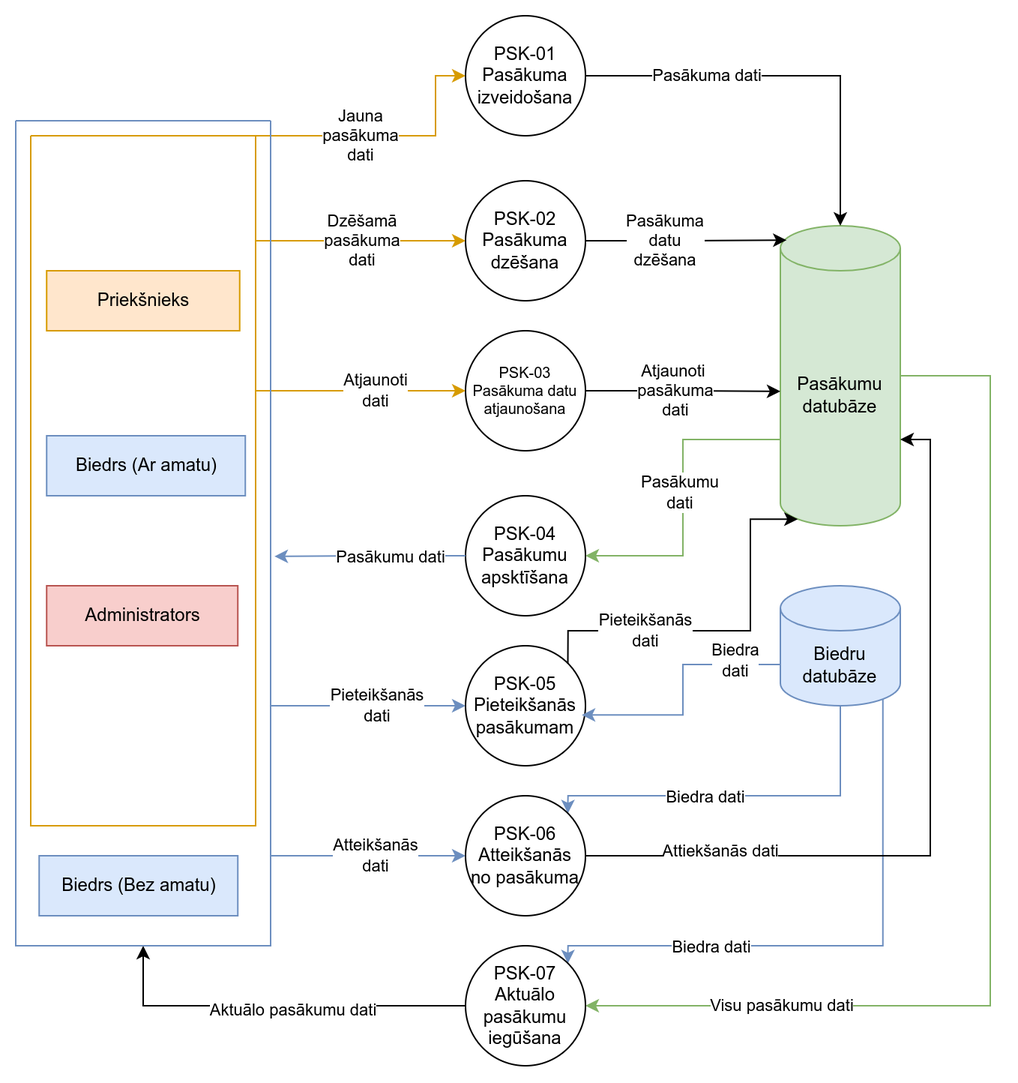
The draw.io diagram Documentation/2_limena_PSK_DPD.png in JekabsVanags/LSGCO_IS, before a commit. Source tidied: cells renumbered, new cells last; positions are measured from the earlier drawing's top-left corner, leaving out a move shared by most shapes.
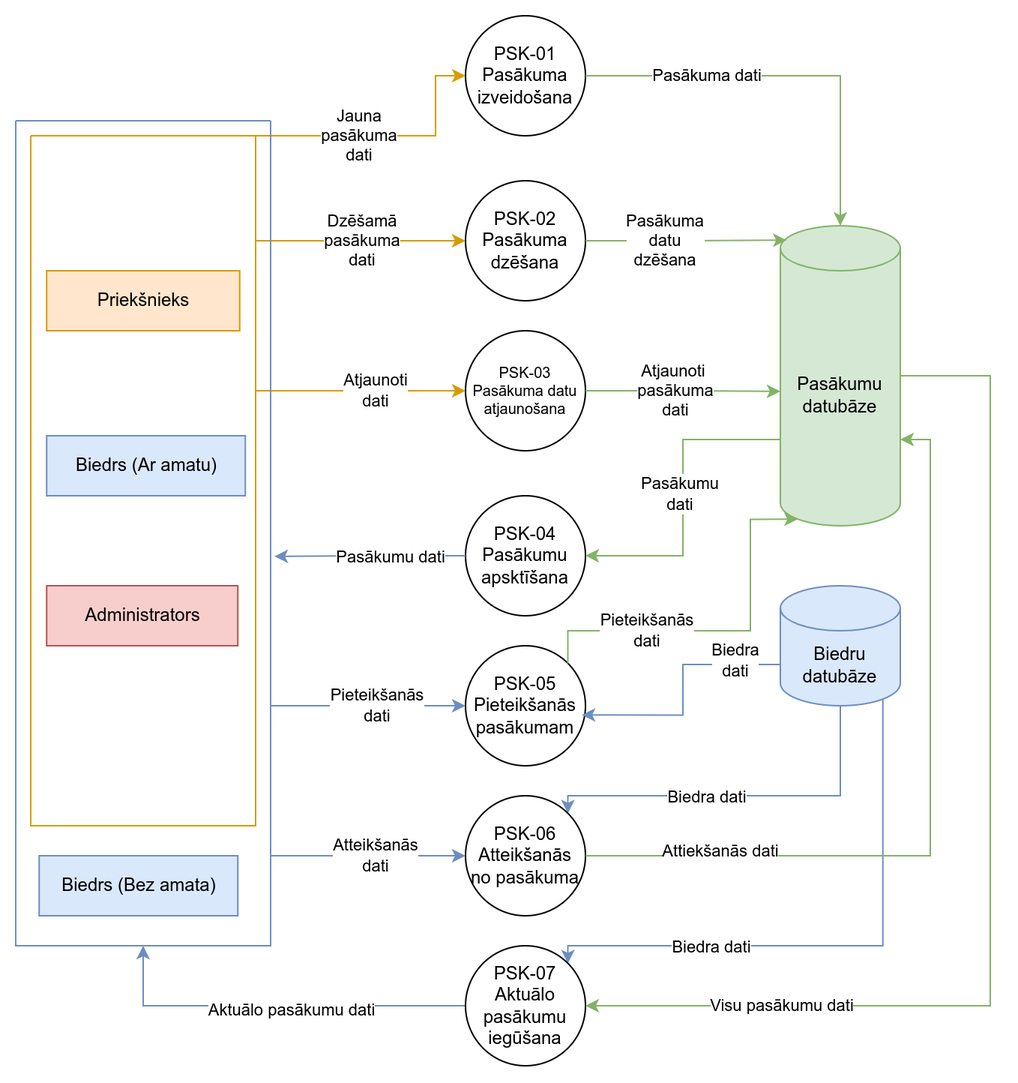
The same file after the commit.

Change to the diagram source:
```diff
@@ -67,7 +67,7 @@
     <mxCell id="17" value="PSK-06&lt;br&gt;Atteikšanās no pasākuma" style="ellipse;whiteSpace=wrap;html=1;" parent="1" vertex="1">
       <mxGeometry x="300" y="520" width="80" height="80" as="geometry" />
     </mxCell>
-    <mxCell id="18" style="edgeStyle=orthogonalEdgeStyle;rounded=0;jettySize=auto;html=1;exitX=0;exitY=0.5;exitDx=0;exitDy=0;entryX=0.5;entryY=1;entryDx=0;entryDy=0;" parent="1" edge="1" source="20" target="32">
+    <mxCell id="18" style="edgeStyle=orthogonalEdgeStyle;rounded=0;jettySize=auto;html=1;exitX=0;exitY=0.5;exitDx=0;exitDy=0;entryX=0.5;entryY=1;entryDx=0;entryDy=0;fillColor=#dae8fc;strokeColor=#6c8ebf;" parent="1" edge="1" source="20" target="32">
       <mxGeometry relative="1" as="geometry" />
     </mxCell>
     <mxCell id="19" value="Aktuālo pasākumu dati" style="edgeLabel;html=1;align=center;verticalAlign=middle;" parent="18" vertex="1">
@@ -150,13 +150,13 @@
     <mxCell id="34" value="Administrators" style="rounded=0;whiteSpace=wrap;html=1;fillColor=#f8cecc;strokeColor=#b85450;fontColor=#000000;" parent="32" vertex="1">
       <mxGeometry x="20.6" y="310" width="127.5" height="40" as="geometry" />
     </mxCell>
-    <mxCell id="35" value="Biedrs (Bez amatu)" style="rounded=0;whiteSpace=wrap;html=1;fillColor=#dae8fc;strokeColor=#6c8ebf;labelBackgroundColor=none;fontColor=#000000;" parent="32" vertex="1">
+    <mxCell id="35" value="Biedrs (Bez amata)" style="rounded=0;whiteSpace=wrap;html=1;fillColor=#dae8fc;strokeColor=#6c8ebf;labelBackgroundColor=none;fontColor=#000000;" parent="32" vertex="1">
       <mxGeometry x="15.6" y="490" width="132.5" height="40" as="geometry" />
     </mxCell>
     <mxCell id="36" value="Biedrs (Ar amatu)" style="rounded=0;whiteSpace=wrap;html=1;fillColor=#dae8fc;strokeColor=#6c8ebf;labelBackgroundColor=none;fontColor=#000000;" parent="32" vertex="1">
       <mxGeometry x="20.6" y="210" width="132.5" height="40" as="geometry" />
     </mxCell>
-    <mxCell id="37" style="edgeStyle=orthogonalEdgeStyle;rounded=0;jettySize=auto;html=1;exitX=1;exitY=0.5;exitDx=0;exitDy=0;entryX=0.5;entryY=0;entryDx=0;entryDy=0;entryPerimeter=0;" parent="1" edge="1" source="2" target="16">
+    <mxCell id="37" style="edgeStyle=orthogonalEdgeStyle;rounded=0;jettySize=auto;html=1;exitX=1;exitY=0.5;exitDx=0;exitDy=0;entryX=0.5;entryY=0;entryDx=0;entryDy=0;entryPerimeter=0;fillColor=#d5e8d4;strokeColor=#82b366;" parent="1" edge="1" source="2" target="16">
       <mxGeometry relative="1" as="geometry" />
     </mxCell>
     <mxCell id="38" value="Pasākuma dati" style="edgeLabel;html=1;align=center;verticalAlign=middle;" parent="37" vertex="1">
@@ -164,13 +164,13 @@
         <mxPoint x="13" y="-4" as="offset" />
       </mxGeometry>
     </mxCell>
-    <mxCell id="39" style="edgeStyle=orthogonalEdgeStyle;rounded=0;jettySize=auto;html=1;exitX=1;exitY=0.5;exitDx=0;exitDy=0;entryX=0.052;entryY=0.048;entryDx=0;entryDy=0;entryPerimeter=0;" parent="1" edge="1" source="3" target="16">
+    <mxCell id="39" style="edgeStyle=orthogonalEdgeStyle;rounded=0;jettySize=auto;html=1;exitX=1;exitY=0.5;exitDx=0;exitDy=0;entryX=0.052;entryY=0.048;entryDx=0;entryDy=0;entryPerimeter=0;fillColor=#d5e8d4;strokeColor=#82b366;" parent="1" edge="1" source="3" target="16">
       <mxGeometry relative="1" as="geometry" />
     </mxCell>
     <mxCell id="40" value="Pasākuma &lt;br&gt;datu&lt;br&gt;dzēšana" style="edgeLabel;html=1;align=center;verticalAlign=middle;" parent="39" vertex="1">
       <mxGeometry x="-0.22" relative="1" as="geometry" />
     </mxCell>
-    <mxCell id="41" style="edgeStyle=orthogonalEdgeStyle;rounded=0;jettySize=auto;html=1;exitX=1;exitY=0.5;exitDx=0;exitDy=0;entryX=0;entryY=0.552;entryDx=0;entryDy=0;entryPerimeter=0;" parent="1" edge="1" source="4" target="16">
+    <mxCell id="41" style="edgeStyle=orthogonalEdgeStyle;rounded=0;jettySize=auto;html=1;exitX=1;exitY=0.5;exitDx=0;exitDy=0;entryX=0;entryY=0.552;entryDx=0;entryDy=0;entryPerimeter=0;fillColor=#d5e8d4;strokeColor=#82b366;" parent="1" edge="1" source="4" target="16">
       <mxGeometry relative="1" as="geometry" />
     </mxCell>
     <mxCell id="42" value="Atjaunoti&amp;nbsp;&lt;br&gt;pasākuma&lt;br&gt;dati" style="edgeLabel;html=1;align=center;verticalAlign=middle;" parent="41" vertex="1">
@@ -194,7 +194,7 @@
         <mxPoint x="32" y="-21" as="offset" />
       </mxGeometry>
     </mxCell>
-    <mxCell id="47" style="edgeStyle=orthogonalEdgeStyle;rounded=0;jettySize=auto;html=1;exitX=1;exitY=0;exitDx=0;exitDy=0;entryX=0.145;entryY=1;entryDx=0;entryDy=-4.35;entryPerimeter=0;" parent="1" edge="1" source="6" target="16">
+    <mxCell id="47" style="edgeStyle=orthogonalEdgeStyle;rounded=0;jettySize=auto;html=1;exitX=1;exitY=0;exitDx=0;exitDy=0;entryX=0.145;entryY=1;entryDx=0;entryDy=-4.35;entryPerimeter=0;fillColor=#d5e8d4;strokeColor=#82b366;" parent="1" edge="1" source="6" target="16">
       <mxGeometry relative="1" as="geometry">
         <Array as="points">
           <mxPoint x="368" y="410" />
@@ -208,7 +208,7 @@
         <mxPoint x="15" y="-4" as="offset" />
       </mxGeometry>
     </mxCell>
-    <mxCell id="49" style="edgeStyle=orthogonalEdgeStyle;rounded=0;jettySize=auto;html=1;exitX=1;exitY=0.5;exitDx=0;exitDy=0;entryX=1;entryY=0;entryDx=0;entryDy=142.5;entryPerimeter=0;" parent="1" edge="1" source="17" target="16">
+    <mxCell id="49" style="edgeStyle=orthogonalEdgeStyle;rounded=0;jettySize=auto;html=1;exitX=1;exitY=0.5;exitDx=0;exitDy=0;entryX=1;entryY=0;entryDx=0;entryDy=142.5;entryPerimeter=0;fillColor=#d5e8d4;strokeColor=#82b366;" parent="1" edge="1" source="17" target="16">
       <mxGeometry relative="1" as="geometry" />
     </mxCell>
     <mxCell id="50" value="Attiekšanās dati" style="edgeLabel;html=1;align=center;verticalAlign=middle;" parent="49" vertex="1">
```
